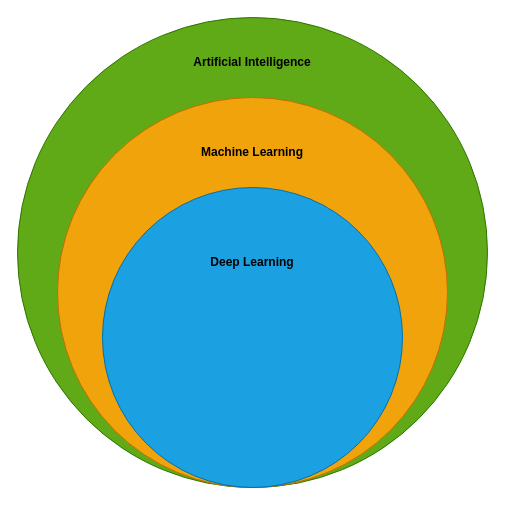
Earlier version of the draw.io diagram book/ai/imgs/ai-vs-ml-vs-dl.drawio (donthuavinashbabu/book). Source tidied: cells renumbered, new cells numbered last; positions are measured from the earlier drawing's top-left corner, leaving out a move shared by most shapes. Both pictures are drawn from the tidied source at 100%, with x=0, y=0 at pixel (17, 17).
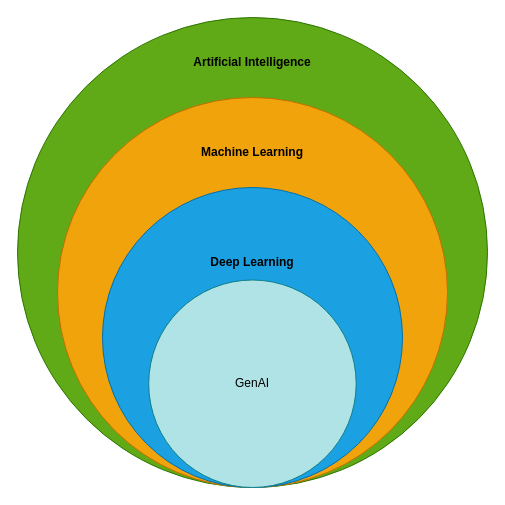
The same page after the edit.

Change to the diagram source:
```diff
@@
 <mxGraphModel>
   <root>
     <mxCell id="0" />
     <mxCell id="1" parent="0" />
     <mxCell id="2" style="ellipse;whiteSpace=wrap;html=1;fillColor=#60a917;fontColor=#ffffff;strokeColor=#2D7600;" parent="1" vertex="1">
       <mxGeometry width="470" height="470" as="geometry" />
     </mxCell>
     <mxCell id="3" style="ellipse;whiteSpace=wrap;html=1;fillColor=#f0a30a;fontColor=#000000;strokeColor=#BD7000;" parent="1" vertex="1">
       <mxGeometry x="40" y="80" width="390" height="390" as="geometry" />
     </mxCell>
     <mxCell id="4" style="ellipse;whiteSpace=wrap;html=1;fillColor=#1ba1e2;fontColor=#ffffff;strokeColor=#006EAF;" parent="1" vertex="1">
       <mxGeometry x="85" y="170" width="300" height="300" as="geometry" />
     </mxCell>
     <mxCell id="5" value="&lt;b&gt;Artificial Intelligence&lt;/b&gt;" style="text;html=1;whiteSpace=wrap;strokeColor=none;fillColor=none;align=center;verticalAlign=middle;rounded=0;" parent="1" vertex="1">
       <mxGeometry x="140" y="30" width="190" height="30" as="geometry" />
     </mxCell>
     <mxCell id="6" value="&lt;b&gt;Machine Learning&lt;/b&gt;" style="text;html=1;whiteSpace=wrap;strokeColor=none;fillColor=none;align=center;verticalAlign=middle;rounded=0;" parent="1" vertex="1">
       <mxGeometry x="140" y="120" width="190" height="30" as="geometry" />
     </mxCell>
     <mxCell id="7" value="&lt;b&gt;Deep Learning&lt;/b&gt;" style="text;html=1;whiteSpace=wrap;strokeColor=none;fillColor=none;align=center;verticalAlign=middle;rounded=0;" parent="1" vertex="1">
       <mxGeometry x="140" y="230" width="190" height="30" as="geometry" />
     </mxCell>
+    <mxCell id="8" value="GenAI" style="ellipse;whiteSpace=wrap;html=1;fillColor=#b0e3e6;strokeColor=#0e8088;" parent="1" vertex="1">
+      <mxGeometry x="131.2" y="262.5" width="207.5" height="207.5" as="geometry" />
+    </mxCell>
   </root>
 </mxGraphModel>
```
